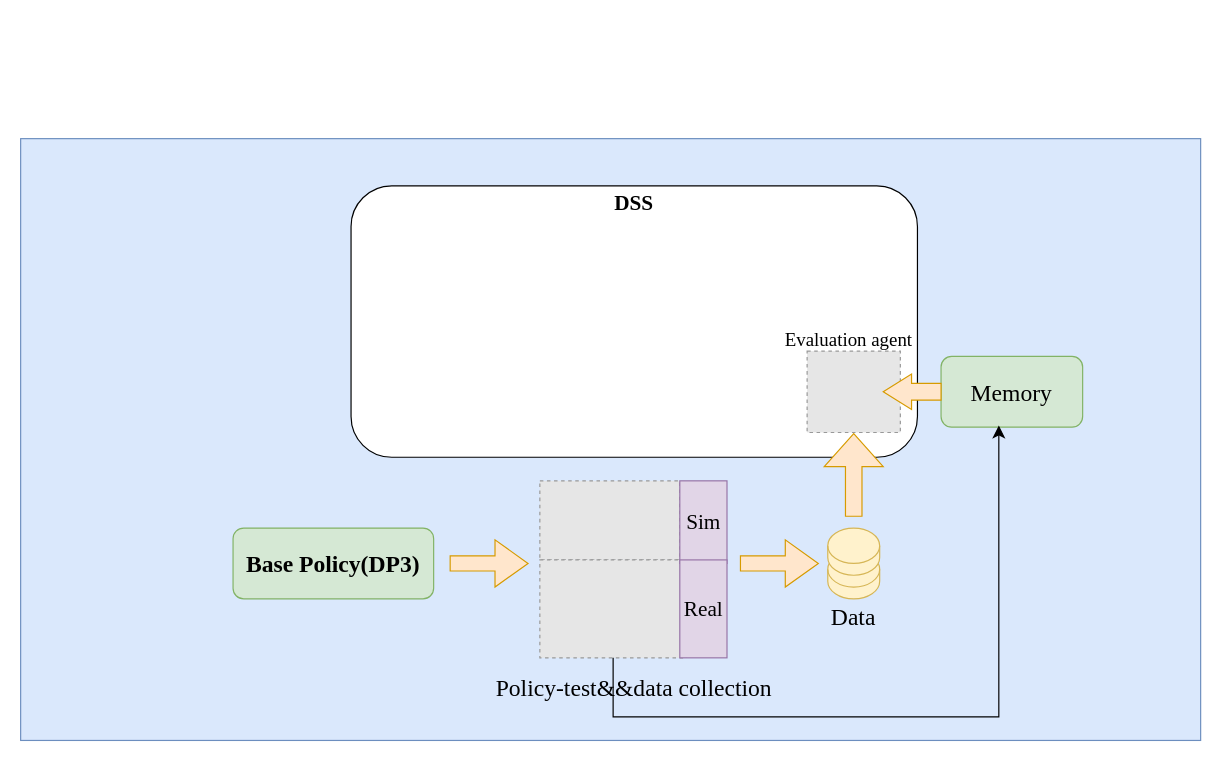
The draw.io diagram 论文主图3.drawio in oplisty/SPETA-CVPR2026, before the edit. Source tidied: cells renumbered, new cells numbered last; positions are measured from the earlier drawing's top-left corner, leaving out a move shared by most shapes. Both pictures are drawn from the tidied source at 118%, with x=0, y=0 at pixel (20, 138). Pictures stored in the file or linked from it are replaced by grey dashed boxes.
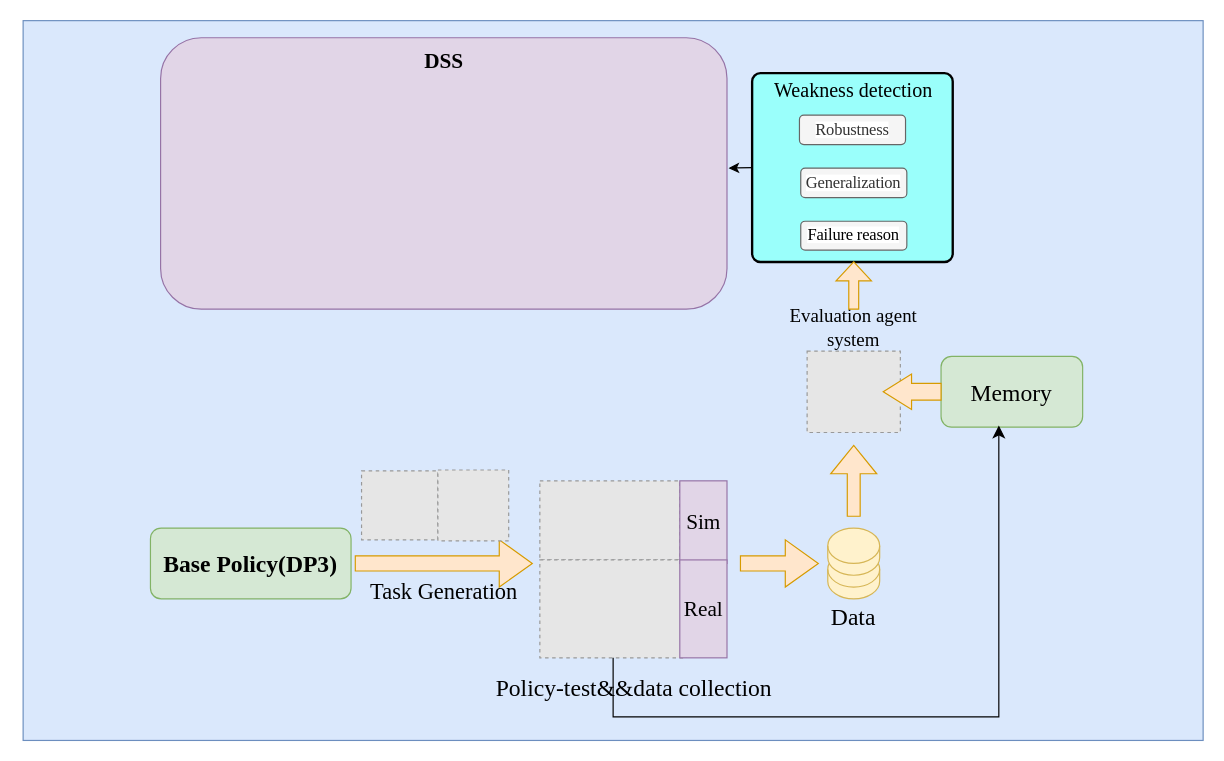
After the change.

Commit message:
更新论文主图3.drawio

Change to the diagram source:
```diff
@@
     <mxCell id="2" style="rounded=0;whiteSpace=wrap;html=1;fillColor=#dae8fc;strokeColor=#6c8ebf;gradientColor=none;" parent="1" vertex="1">
-      <mxGeometry width="1000" height="510" as="geometry" />
+      <mxGeometry x="2.1" y="-100" width="1000" height="610" as="geometry" />
     </mxCell>
     <mxCell id="3" value="&lt;font style=&quot;font-size: 20px;&quot; face=&quot;Times New Roman&quot;&gt;&lt;b&gt;Base Policy(DP3)&lt;/b&gt;&lt;/font&gt;" style="rounded=1;whiteSpace=wrap;html=1;fillColor=#d5e8d4;strokeColor=#82b366;" parent="1" vertex="1">
-      <mxGeometry x="180" y="330" width="170" height="60" as="geometry" />
+      <mxGeometry x="110" y="330" width="170" height="60" as="geometry" />
     </mxCell>
     <mxCell id="4" style="html=1;shadow=0;dashed=0;align=center;verticalAlign=middle;shape=mxgraph.arrows2.arrow;dy=0.68;dx=28;notch=0;fillColor=#ffe6cc;strokeColor=#d79b00;" parent="1" vertex="1">
-      <mxGeometry x="364" y="340" width="66" height="40" as="geometry" />
+      <mxGeometry x="283.6" y="340" width="150" height="40" as="geometry" />
     </mxCell>
@@
-    <mxCell id="13" style="rounded=1;whiteSpace=wrap;html=1;" parent="1" vertex="1">
-      <mxGeometry x="280" y="40" width="480" height="230" as="geometry" />
+    <mxCell id="13" style="rounded=1;whiteSpace=wrap;html=1;fillColor=#e1d5e7;strokeColor=#9673a6;" parent="1" vertex="1">
+      <mxGeometry x="118.6" y="-85.5" width="480" height="230" as="geometry" />
     </mxCell>
     <mxCell id="14" style="shape=singleArrow;direction=north;whiteSpace=wrap;html=1;arrowWidth=0.28;arrowSize=0.4;fillColor=#ffe6cc;strokeColor=#d79b00;" parent="1" vertex="1">
-      <mxGeometry x="681" y="250" width="50" height="70" as="geometry" />
+      <mxGeometry x="686.5" y="260" width="39" height="60" as="geometry" />
     </mxCell>
@@
     <mxCell id="18" value="&lt;h2&gt;&lt;font face=&quot;Times New Roman&quot;&gt;DSS&lt;/font&gt;&lt;/h2&gt;" style="text;html=1;align=center;verticalAlign=middle;whiteSpace=wrap;rounded=0;" parent="1" vertex="1">
-      <mxGeometry x="490" y="40" width="60" height="30" as="geometry" />
+      <mxGeometry x="328.6" y="-80" width="60" height="30" as="geometry" />
     </mxCell>
@@
+    <mxCell id="22" style="rounded=1;whiteSpace=wrap;html=1;absoluteArcSize=1;arcSize=14;strokeWidth=2;fillColor=#9AFFFB;" parent="1" vertex="1">
+      <mxGeometry x="619.9" y="-55.5" width="170" height="160" as="geometry" />
+    </mxCell>
-    <mxCell id="21" value="&lt;font style=&quot;font-size: 16px;&quot; face=&quot;Times New Roman&quot;&gt;Evaluation agent&lt;/font&gt;" style="text;html=1;align=center;verticalAlign=middle;whiteSpace=wrap;rounded=0;" parent="1" vertex="1">
-      <mxGeometry x="644" y="154.5" width="116" height="30" as="geometry" />
+    <mxCell id="21" value="&lt;font style=&quot;font-size: 16px;&quot; face=&quot;Times New Roman&quot;&gt;Evaluation agent system&lt;/font&gt;" style="text;html=1;align=center;verticalAlign=middle;whiteSpace=wrap;rounded=0;" parent="1" vertex="1">
+      <mxGeometry x="648" y="144.5" width="116" height="30" as="geometry" />
     </mxCell>
+    <mxCell id="23" value="&lt;span style=&quot;letter-spacing: -0.16px; text-align: start; background-color: rgb(255, 255, 255);&quot;&gt;&lt;font face=&quot;Times New Roman&quot; style=&quot;font-size: 14px;&quot;&gt;Generalization&lt;/font&gt;&lt;/span&gt;" style="rounded=1;whiteSpace=wrap;html=1;fillColor=#f5f5f5;fontColor=#333333;strokeColor=#666666;" parent="1" vertex="1">
+      <mxGeometry x="661.1" y="25" width="89.9" height="25" as="geometry" />
+    </mxCell>
+    <mxCell id="24" value="&lt;div style=&quot;text-align: start;&quot;&gt;&lt;span style=&quot;color: light-dark(rgb(0, 0, 0), rgb(255, 255, 255)); letter-spacing: -0.16px; background-color: rgb(255, 255, 255);&quot;&gt;&lt;font style=&quot;font-size: 14px;&quot; face=&quot;Times New Roman&quot;&gt;Failure reason&lt;/font&gt;&lt;/span&gt;&lt;/div&gt;" style="rounded=1;whiteSpace=wrap;html=1;fillColor=#f5f5f5;fontColor=#333333;strokeColor=#666666;" parent="1" vertex="1">
+      <mxGeometry x="661.1" y="70" width="89.9" height="24.5" as="geometry" />
+    </mxCell>
+    <mxCell id="25" style="shape=singleArrow;direction=north;whiteSpace=wrap;html=1;arrowWidth=0.28;arrowSize=0.4;fillColor=#ffe6cc;strokeColor=#d79b00;" parent="1" vertex="1">
+      <mxGeometry x="691" y="104.5" width="30" height="40" as="geometry" />
+    </mxCell>
+    <mxCell id="26" value="&lt;span style=&quot;letter-spacing: -0.16px; text-align: start; background-color: rgb(255, 255, 255);&quot;&gt;&lt;font face=&quot;Times New Roman&quot; style=&quot;font-size: 14px;&quot;&gt;Robustness&lt;/font&gt;&lt;/span&gt;" style="rounded=1;whiteSpace=wrap;html=1;fillColor=#f5f5f5;fontColor=#333333;strokeColor=#666666;" parent="1" vertex="1">
+      <mxGeometry x="660" y="-20" width="89.9" height="25" as="geometry" />
+    </mxCell>
+    <mxCell id="27" value="&lt;font style=&quot;font-size: 17px;&quot; face=&quot;Times New Roman&quot;&gt;Weakness detection&lt;/font&gt;" style="text;html=1;align=center;verticalAlign=middle;whiteSpace=wrap;rounded=0;" parent="1" vertex="1">
+      <mxGeometry x="616" y="-55.5" width="180" height="30" as="geometry" />
+    </mxCell>
+    <mxCell id="28" style="endArrow=classic;html=1;rounded=0;exitX=0;exitY=0.5;exitDx=0;exitDy=0;" parent="1" edge="1" source="22">
+      <mxGeometry relative="1" as="geometry">
+        <mxPoint x="600" y="25" as="targetPoint" />
+      </mxGeometry>
+    </mxCell>
+    <mxCell id="29" style="fillColor=#E6E6E6;strokeColor=#999999;dashed=1;verticalLabelPosition=bottom;labelBackgroundColor=default;verticalAlign=top;" parent="1" vertex="1">
+      <mxGeometry x="288.9" y="281.5" width="64.7" height="58.5" as="geometry" />
+    </mxCell>
+    <mxCell id="30" style="fillColor=#E6E6E6;strokeColor=#999999;dashed=1;verticalLabelPosition=bottom;labelBackgroundColor=default;verticalAlign=top;" parent="1" vertex="1">
+      <mxGeometry x="353.6" y="280.8" width="60" height="60" as="geometry" />
+    </mxCell>
+    <mxCell id="31" value="&lt;font style=&quot;font-size: 19px;&quot; face=&quot;Times New Roman&quot;&gt;Task Generation&lt;/font&gt;" style="text;html=1;align=center;verticalAlign=middle;whiteSpace=wrap;rounded=0;" parent="1" vertex="1">
+      <mxGeometry x="293.6" y="370" width="130" height="30" as="geometry" />
+    </mxCell>
```
